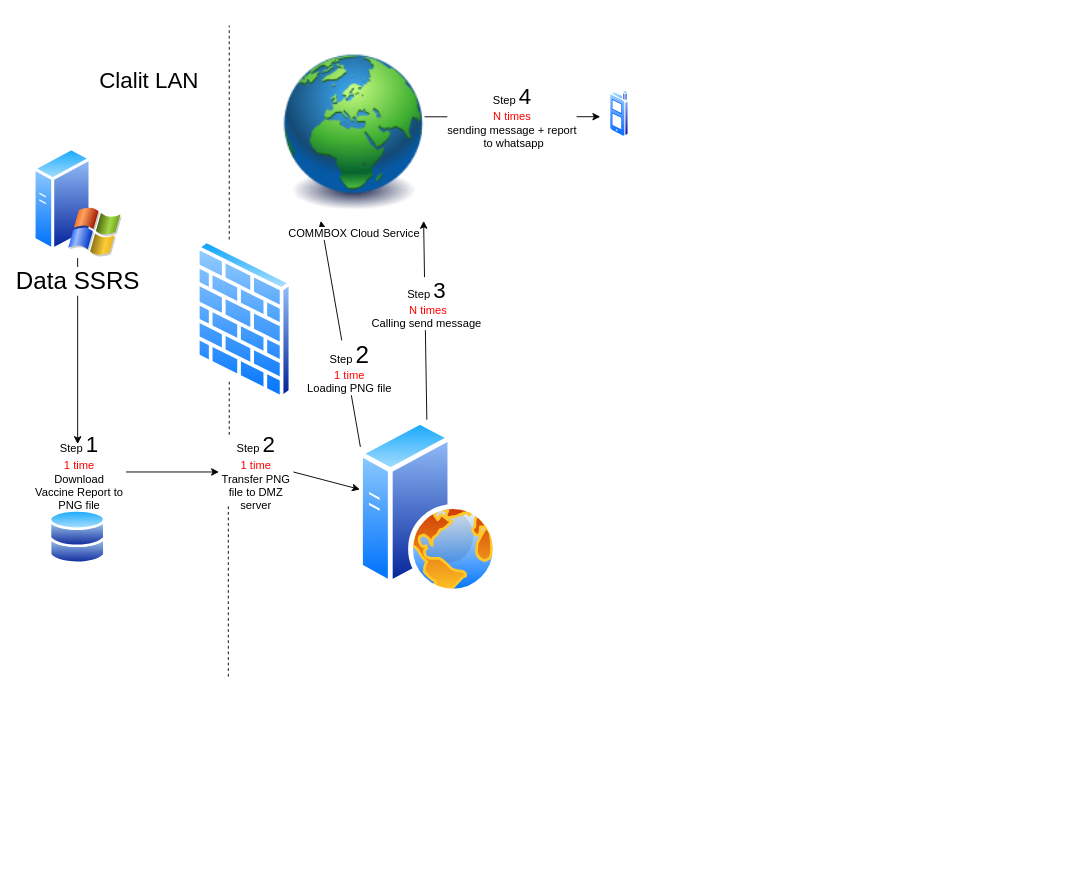
Above: send_report_via_whatsapp.drawio in itaybaran/drawing (draw.io), before the change. Source tidied: cells renumbered, new cells numbered last; positions are measured from the earlier drawing's top-left corner, leaving out a move shared by most shapes. Both pictures are drawn from the tidied source at 93%, with x=0, y=0 at pixel (33, 25).
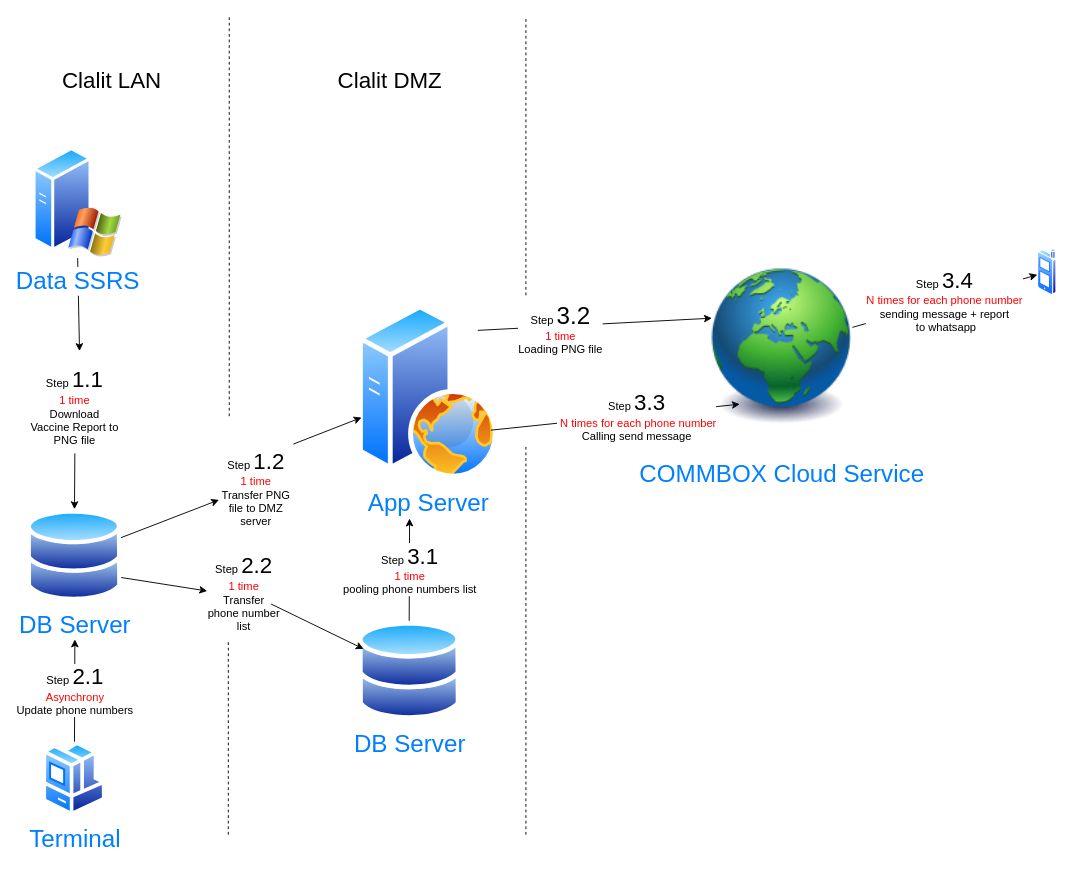
Above is the later version.

The edit, as a diff of the source:
```diff
@@
+    <mxCell id="22" style="endArrow=none;dashed=1;html=1;" parent="1" edge="1">
+      <mxGeometry relative="1" as="geometry">
+        <mxPoint x="210" y="870" as="sourcePoint" />
+        <mxPoint x="210" y="660" as="targetPoint" />
+      </mxGeometry>
+    </mxCell>
     <mxCell id="2" style="endArrow=classic;html=1;fontSize=26;exitX=0.5;exitY=1;exitDx=0;exitDy=0;" parent="1" edge="1" source="6">
       <mxGeometry relative="1" as="geometry">
-        <mxPoint x="48" y="450" as="targetPoint" />
+        <mxPoint x="50" y="350" as="targetPoint" />
       </mxGeometry>
     </mxCell>
     <mxCell id="3" style="endArrow=none;dashed=1;html=1;" parent="1" edge="1">
       <mxGeometry relative="1" as="geometry">
-        <mxPoint x="211" y="230" as="sourcePoint" />
-        <mxPoint x="211" as="targetPoint" />
+        <mxPoint x="211" y="420" as="sourcePoint" />
+        <mxPoint x="211" y="-10" as="targetPoint" />
       </mxGeometry>
     </mxCell>
-    <mxCell id="4" style="perimeter=ellipsePerimeter;html=1;align=center;shadow=0;dashed=0;spacingTop=3;image;image=img/lib/active_directory/firewall.svg;" parent="1" vertex="1">
-      <mxGeometry x="174.6" y="230" width="105.4" height="172.8" as="geometry" />
-    </mxCell>
     <mxCell id="5" value="&lt;font style=&quot;font-size: 24px&quot;&gt;Clalit LAN&lt;/font&gt;" style="text;html=1;strokeColor=none;fillColor=none;align=center;verticalAlign=middle;whiteSpace=wrap;rounded=0;" parent="1" vertex="1">
-      <mxGeometry x="60" y="50" width="130" height="20" as="geometry" />
+      <mxGeometry x="20" y="50" width="130" height="20" as="geometry" />
     </mxCell>
-    <mxCell id="6" value="Data SSRS" style="perimeter=ellipsePerimeter;html=1;align=center;shadow=0;dashed=0;spacingTop=3;image;image=img/lib/active_directory/windows_server_2.svg;strokeWidth=2;fontSize=26;" parent="1" vertex="1">
+    <mxCell id="6" value="Data SSRS" style="perimeter=ellipsePerimeter;html=1;align=center;shadow=0;dashed=0;spacingTop=3;image;image=img/lib/active_directory/windows_server_2.svg;strokeWidth=2;fontSize=26;fontColor=#007FFF;" parent="1" vertex="1">
       <mxGeometry y="130" width="96" height="120" as="geometry" />
     </mxCell>
-    <mxCell id="7" value="Step &lt;font style=&quot;font-size: 24px&quot;&gt;1&lt;/font&gt;&lt;br&gt;&lt;font color=&quot;#ff0000&quot;&gt;1 time&lt;/font&gt;&lt;br&gt;Download Vaccine Report to PNG file" style="text;html=1;strokeColor=none;fillColor=none;align=center;verticalAlign=middle;whiteSpace=wrap;rounded=0;" parent="1" vertex="1">
-      <mxGeometry y="470" width="100" height="20" as="geometry" />
+    <mxCell id="7" value="Step &lt;font style=&quot;font-size: 24px&quot;&gt;1.1&lt;/font&gt;&lt;br&gt;&lt;font color=&quot;#ff0000&quot;&gt;1 time&lt;/font&gt;&lt;br&gt;Download Vaccine Report to PNG file" style="text;html=1;strokeColor=none;fillColor=none;align=center;verticalAlign=middle;whiteSpace=wrap;rounded=0;" parent="1" vertex="1">
+      <mxGeometry x="-5.4" y="400" width="100" height="20" as="geometry" />
     </mxCell>
-    <mxCell id="8" style="perimeter=ellipsePerimeter;html=1;align=center;shadow=0;dashed=0;spacingTop=3;image;image=img/lib/active_directory/web_server.svg;strokeWidth=2;fontSize=26;" parent="1" vertex="1">
-      <mxGeometry x="350" y="423.8" width="150" height="187.5" as="geometry" />
+    <mxCell id="8" value="App Server" style="perimeter=ellipsePerimeter;html=1;align=center;shadow=0;dashed=0;spacingTop=3;image;image=img/lib/active_directory/web_server.svg;strokeWidth=1;fontSize=26;fontColor=#007FFF;" parent="1" vertex="1">
+      <mxGeometry x="350" y="300" width="150" height="187.5" as="geometry" />
     </mxCell>
-    <mxCell id="9" style="endArrow=classic;html=1;fontSize=26;exitX=1;exitY=0.5;exitDx=0;exitDy=0;" parent="1" edge="1" source="19" target="8">
-      <mxGeometry relative="1" as="geometry" />
+    <mxCell id="9" style="endArrow=classic;html=1;fontSize=26;" parent="1" edge="1" target="8">
+      <mxGeometry relative="1" as="geometry">
+        <mxPoint x="280" y="450" as="sourcePoint" />
+      </mxGeometry>
     </mxCell>
-    <mxCell id="10" style="endArrow=classic;html=1;fontSize=26;exitX=1;exitY=0.5;exitDx=0;exitDy=0;" parent="1" edge="1" source="7" target="19">
-      <mxGeometry relative="1" as="geometry" />
+    <mxCell id="10" style="endArrow=classic;html=1;fontSize=26;entryX=0.5;entryY=0;entryDx=0;entryDy=0;" parent="1" edge="1" target="18">
+      <mxGeometry relative="1" as="geometry">
+        <mxPoint x="45" y="460" as="sourcePoint" />
+      </mxGeometry>
     </mxCell>
-    <mxCell id="11" style="endArrow=classic;html=1;fontSize=12;entryX=0.25;entryY=1;entryDx=0;entryDy=0;" parent="1" edge="1">
-      <mxGeometry relative="1" as="geometry">
-        <mxPoint x="352" y="453" as="sourcePoint" />
-        <mxPoint x="309.5" y="210" as="targetPoint" />
-      </mxGeometry>
+    <mxCell id="11" style="endArrow=classic;html=1;fontSize=12;entryX=0;entryY=0.368;entryDx=0;entryDy=0;entryPerimeter=0;exitX=1;exitY=0;exitDx=0;exitDy=0;" parent="1" edge="1" source="8" target="15">
+      <mxGeometry relative="1" as="geometry" />
     </mxCell>
-    <mxCell id="12" value="Step &lt;font style=&quot;font-size: 26px&quot;&gt;2&lt;/font&gt;&lt;br&gt;&lt;font color=&quot;#ff0000&quot;&gt;1 time&lt;/font&gt;&lt;br&gt;Loading PNG file" style="edgeLabel;html=1;align=center;verticalAlign=middle;fontSize=12;" parent="11" vertex="1">
+    <mxCell id="12" value="Step &lt;span style=&quot;font-size: 26px&quot;&gt;3.2&lt;/span&gt;&lt;br&gt;&lt;font color=&quot;#ff0000&quot;&gt;1 time&lt;/font&gt;&lt;br&gt;Loading PNG file" style="edgeLabel;html=1;align=center;verticalAlign=middle;fontSize=12;" parent="11" vertex="1">
       <mxGeometry x="-0.3" y="-2" relative="1" as="geometry" />
     </mxCell>
-    <mxCell id="13" style="endArrow=classic;html=1;fontSize=12;entryX=1;entryY=1;entryDx=0;entryDy=0;" parent="1" edge="1" source="8" target="15">
+    <mxCell id="13" style="endArrow=classic;html=1;fontSize=12;entryX=0.2;entryY=0.77;entryDx=0;entryDy=0;entryPerimeter=0;exitX=1;exitY=0.75;exitDx=0;exitDy=0;" parent="1" edge="1" source="8" target="15">
       <mxGeometry relative="1" as="geometry" />
     </mxCell>
-    <mxCell id="14" value="Step &lt;span style=&quot;font-size: 24px&quot;&gt;3&lt;/span&gt;&lt;br&gt;&lt;font color=&quot;#ff0000&quot;&gt;&amp;nbsp;N times&lt;/font&gt;&lt;br&gt;Calling send message " style="edgeLabel;html=1;align=center;verticalAlign=middle;fontSize=12;" parent="13" vertex="1">
+    <mxCell id="14" value="Step &lt;span style=&quot;font-size: 24px&quot;&gt;3.3&lt;/span&gt;&lt;br&gt;&lt;font color=&quot;#ff0000&quot;&gt;&amp;nbsp;N times for each phone number&lt;/font&gt;&lt;br&gt;Calling send message " style="edgeLabel;html=1;align=center;verticalAlign=middle;fontSize=12;" parent="13" vertex="1">
       <mxGeometry x="0.17" y="-1" relative="1" as="geometry" />
     </mxCell>
-    <mxCell id="15" value="COMMBOX Cloud Service" style="image;html=1;image=img/lib/clip_art/general/Earth_globe_128x128.png;strokeWidth=2;fontSize=12;" parent="1" vertex="1">
-      <mxGeometry x="270" y="20" width="150" height="190" as="geometry" />
+    <mxCell id="15" value="&lt;font style=&quot;font-size: 26px&quot;&gt;COMMBOX Cloud Service&lt;/font&gt;" style="image;html=1;image=img/lib/clip_art/general/Earth_globe_128x128.png;strokeWidth=2;fontSize=12;fontColor=#007FFF;" parent="1" vertex="1">
+      <mxGeometry x="730" y="230" width="150" height="230" as="geometry" />
     </mxCell>
-    <mxCell id="16" value="Step &lt;font&gt;&lt;font style=&quot;font-size: 24px&quot;&gt;4&lt;/font&gt;&lt;br&gt;&lt;font color=&quot;#ff0000&quot; style=&quot;font-size: 12px&quot;&gt;N times&lt;/font&gt;&lt;br&gt;sending message + report&lt;br&gt;&amp;nbsp;to whatsapp&lt;br&gt;&lt;/font&gt;" style="endArrow=classic;html=1;fontSize=12;exitX=1.007;exitY=0.411;exitDx=0;exitDy=0;exitPerimeter=0;" parent="1" edge="1" source="15">
-      <mxGeometry relative="1" as="geometry">
-        <mxPoint x="610" y="98" as="targetPoint" />
-      </mxGeometry>
+    <mxCell id="16" value="Step &lt;span style=&quot;font-size: 24px&quot;&gt;3.4&lt;/span&gt;&lt;font&gt;&lt;br&gt;&lt;span style=&quot;color: rgb(255 , 0 , 0)&quot;&gt;N times for each phone number&lt;/span&gt;&lt;br&gt;sending message + report&lt;br&gt;&amp;nbsp;to whatsapp&lt;br&gt;&lt;/font&gt;" style="endArrow=classic;html=1;fontSize=12;exitX=1.007;exitY=0.411;exitDx=0;exitDy=0;exitPerimeter=0;entryX=0;entryY=0.56;entryDx=0;entryDy=0;entryPerimeter=0;" parent="1" edge="1" source="15" target="17">
+      <mxGeometry relative="1" as="geometry" />
     </mxCell>
     <mxCell id="17" style="perimeter=ellipsePerimeter;html=1;align=center;shadow=0;dashed=0;spacingTop=3;image;image=img/lib/active_directory/cell_phone.svg;strokeWidth=2;fontSize=12;" parent="1" vertex="1">
-      <mxGeometry x="620" y="70" width="21" height="50" as="geometry" />
+      <mxGeometry x="1080" y="240" width="21" height="50" as="geometry" />
     </mxCell>
+    <mxCell id="19" value="Step &lt;font style=&quot;font-size: 24px&quot;&gt;1.2&lt;/font&gt;&lt;br&gt;&lt;font color=&quot;#ff0000&quot;&gt;1 time&lt;br&gt;&lt;/font&gt;Transfer PNG file to DMZ server" style="text;html=1;strokeColor=none;fillColor=none;align=center;verticalAlign=middle;whiteSpace=wrap;rounded=0;fontSize=12;" parent="1" vertex="1">
+      <mxGeometry x="200" y="487.5" width="80" height="20" as="geometry" />
+    </mxCell>
+    <mxCell id="23" value="&lt;font style=&quot;font-size: 26px&quot;&gt;Terminal&lt;/font&gt;" style="perimeter=ellipsePerimeter;html=1;align=center;shadow=0;dashed=0;spacingTop=3;image;image=img/lib/active_directory/workstation_client.svg;strokeWidth=1;fontSize=12;fontColor=#007FFF;" parent="1" vertex="1">
+      <mxGeometry x="10.6" y="770" width="68" height="80" as="geometry" />
+    </mxCell>
+    <mxCell id="24" value="Step &lt;font style=&quot;font-size: 24px&quot;&gt;2.1&lt;/font&gt;&lt;br&gt;&lt;font color=&quot;#ff0000&quot;&gt;Asynchrony&lt;/font&gt;&lt;br&gt;Update phone numbers" style="endArrow=classic;html=1;fontSize=12;exitX=0.5;exitY=0;exitDx=0;exitDy=0;" parent="1" edge="1" source="23">
+      <mxGeometry relative="1" as="geometry">
+        <mxPoint x="45" y="660" as="targetPoint" />
+      </mxGeometry>
+    </mxCell>
+    <mxCell id="25" value="&lt;font style=&quot;font-size: 24px&quot;&gt;Clalit DMZ&lt;/font&gt;" style="text;html=1;strokeColor=none;fillColor=none;align=center;verticalAlign=middle;whiteSpace=wrap;rounded=0;" parent="1" vertex="1">
+      <mxGeometry x="319" y="50" width="130" height="20" as="geometry" />
+    </mxCell>
+    <mxCell id="26" style="endArrow=none;dashed=1;html=1;" parent="1" edge="1">
+      <mxGeometry relative="1" as="geometry">
+        <mxPoint x="530" y="290" as="sourcePoint" />
+        <mxPoint x="530" y="-10" as="targetPoint" />
+      </mxGeometry>
+    </mxCell>
+    <mxCell id="27" value="DB Server" style="perimeter=ellipsePerimeter;html=1;align=center;shadow=0;dashed=0;spacingTop=3;image;image=img/lib/active_directory/databases.svg;strokeWidth=2;fontSize=26;fontColor=#007FFF;" parent="1" vertex="1">
+      <mxGeometry x="350" y="640" width="110" height="107.8" as="geometry" />
+    </mxCell>
+    <mxCell id="28" style="endArrow=none;dashed=1;html=1;" parent="1" edge="1">
+      <mxGeometry relative="1" as="geometry">
+        <mxPoint x="530" y="870" as="sourcePoint" />
+        <mxPoint x="530" y="450" as="targetPoint" />
+      </mxGeometry>
+    </mxCell>
+    <mxCell id="29" style="endArrow=classic;html=1;fontSize=26;fontColor=#007FFF;" parent="1" edge="1" source="18">
+      <mxGeometry relative="1" as="geometry">
+        <mxPoint x="200" y="510" as="targetPoint" />
+      </mxGeometry>
+    </mxCell>
+    <mxCell id="30" style="endArrow=classic;html=1;fontSize=26;" parent="1" edge="1" target="27">
+      <mxGeometry relative="1" as="geometry">
+        <mxPoint x="256" y="622" as="sourcePoint" />
+      </mxGeometry>
+    </mxCell>
+    <mxCell id="31" value="Step &lt;font style=&quot;font-size: 24px&quot;&gt;2.2&lt;/font&gt;&lt;br&gt;&lt;font color=&quot;#ff0000&quot;&gt;1 time&lt;br&gt;&lt;/font&gt;Transfer phone number list" style="text;html=1;strokeColor=none;fillColor=none;align=center;verticalAlign=middle;whiteSpace=wrap;rounded=0;fontSize=12;" parent="1" vertex="1">
+      <mxGeometry x="187.3" y="600" width="80" height="20" as="geometry" />
+    </mxCell>
+    <mxCell id="32" style="endArrow=classic;html=1;fontSize=26;fontColor=#007FFF;exitX=1;exitY=0.75;exitDx=0;exitDy=0;" parent="1" edge="1" source="18">
+      <mxGeometry relative="1" as="geometry">
+        <mxPoint x="187.3" y="608" as="targetPoint" />
+      </mxGeometry>
+    </mxCell>
-    <mxCell id="18" style="perimeter=ellipsePerimeter;html=1;align=center;shadow=0;dashed=0;spacingTop=3;image;image=img/lib/active_directory/databases.svg;strokeWidth=2;fontSize=12;" parent="1" vertex="1">
-      <mxGeometry x="17.4" y="520" width="61.2" height="60" as="geometry" />
+    <mxCell id="18" value="DB Server" style="perimeter=ellipsePerimeter;html=1;align=center;shadow=0;dashed=0;spacingTop=3;image;image=img/lib/active_directory/databases.svg;strokeWidth=2;fontSize=26;fontColor=#007FFF;" parent="1" vertex="1">
+      <mxGeometry x="-6.4" y="520" width="102" height="100" as="geometry" />
     </mxCell>
-    <mxCell id="19" value="Step &lt;font style=&quot;font-size: 24px&quot;&gt;2&lt;/font&gt;&lt;br&gt;&lt;font color=&quot;#ff0000&quot;&gt;1 time&lt;br&gt;&lt;/font&gt;Transfer PNG file to DMZ server" style="text;html=1;strokeColor=none;fillColor=none;align=center;verticalAlign=middle;whiteSpace=wrap;rounded=0;fontSize=12;" parent="1" vertex="1">
-      <mxGeometry x="200" y="470" width="80" height="20" as="geometry" />
-    </mxCell>
-    <mxCell id="20" style="endArrow=none;dashed=1;html=1;" parent="1" edge="1">
-      <mxGeometry relative="1" as="geometry">
-        <mxPoint x="210" y="700" as="sourcePoint" />
-        <mxPoint x="210" y="515" as="targetPoint" />
-      </mxGeometry>
-    </mxCell>
-    <mxCell id="21" style="endArrow=none;dashed=1;html=1;entryX=0.345;entryY=1.001;entryDx=0;entryDy=0;entryPerimeter=0;" parent="1" edge="1">
-      <mxGeometry relative="1" as="geometry">
-        <mxPoint x="211" y="440" as="sourcePoint" />
-        <mxPoint x="211" y="382" as="targetPoint" />
-      </mxGeometry>
-    </mxCell>
+    <mxCell id="33" value="Step &lt;span style=&quot;font-size: 24px&quot;&gt;3.1&lt;/span&gt;&lt;br&gt;&lt;font color=&quot;#ff0000&quot;&gt;1 time&lt;/font&gt;&lt;br&gt;pooling phone numbers list" style="endArrow=classic;html=1;fontSize=12;exitX=0.5;exitY=0;exitDx=0;exitDy=0;" parent="1" edge="1">
+      <mxGeometry relative="1" as="geometry">
+        <mxPoint x="404.5" y="640" as="sourcePoint" />
+        <mxPoint x="404.9" y="530" as="targetPoint" />
+      </mxGeometry>
+    </mxCell>
```
